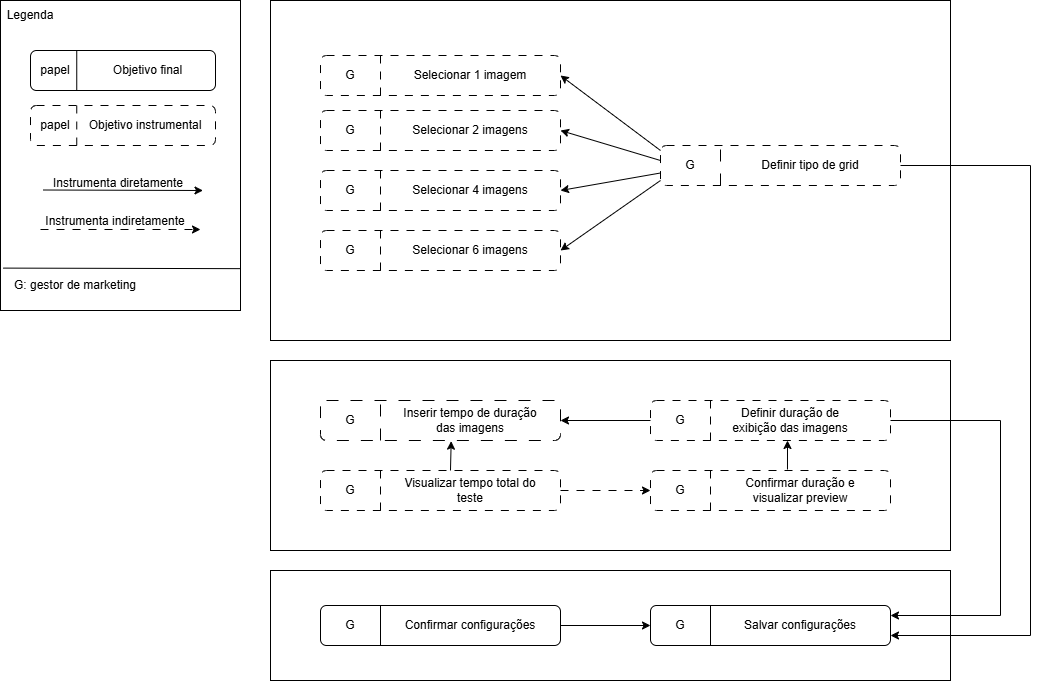
Earlier version of the draw.io export docs/imagens/modelo_conceitual/Mapa_objetivo_configuracao_layout_teste.png (NathaliaShimokawa/CC8122-Interface-Humano-Computador). Source tidied: cells renumbered, new cells last; positions are measured from the earlier drawing's top-left corner, leaving out a move shared by most shapes.
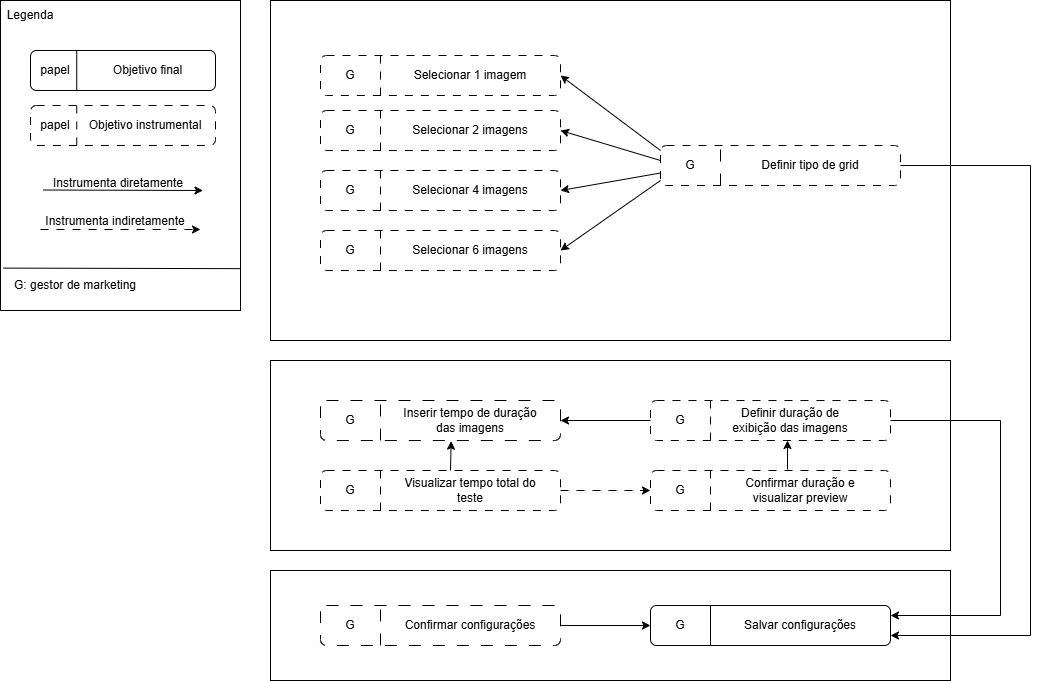
After the commit.

Commit message:
Adjust mapa de objetivo

Diff of the diagram source:
```diff
@@ -159,10 +159,10 @@
     <mxCell id="51" style="endArrow=classic;html=1;rounded=0;entryX=0;entryY=0.5;entryDx=0;entryDy=0;exitX=1;exitY=0.5;exitDx=0;exitDy=0;dashed=1;dashPattern=8 8;" parent="1" edge="1" source="45" target="19">
       <mxGeometry relative="1" as="geometry" />
     </mxCell>
-    <mxCell id="52" style="rounded=1;whiteSpace=wrap;html=1;" parent="1" vertex="1">
+    <mxCell id="52" style="rounded=1;whiteSpace=wrap;html=1;dashed=1;dashPattern=12 12;" parent="1" vertex="1">
       <mxGeometry x="320" y="605" width="240" height="40" as="geometry" />
     </mxCell>
-    <mxCell id="53" style="endArrow=none;html=1;rounded=0;entryX=0.25;entryY=0;entryDx=0;entryDy=0;exitX=0.25;exitY=1;exitDx=0;exitDy=0;" parent="1" edge="1" source="52" target="52">
+    <mxCell id="53" style="endArrow=none;html=1;rounded=0;entryX=0.25;entryY=0;entryDx=0;entryDy=0;exitX=0.25;exitY=1;exitDx=0;exitDy=0;dashed=1;dashPattern=12 12;" parent="1" edge="1" source="52" target="52">
       <mxGeometry relative="1" as="geometry" />
     </mxCell>
     <mxCell id="54" value="Confirmar configurações" style="text;html=1;whiteSpace=wrap;strokeColor=none;fillColor=none;align=center;verticalAlign=middle;rounded=0;" parent="1" vertex="1">
```
